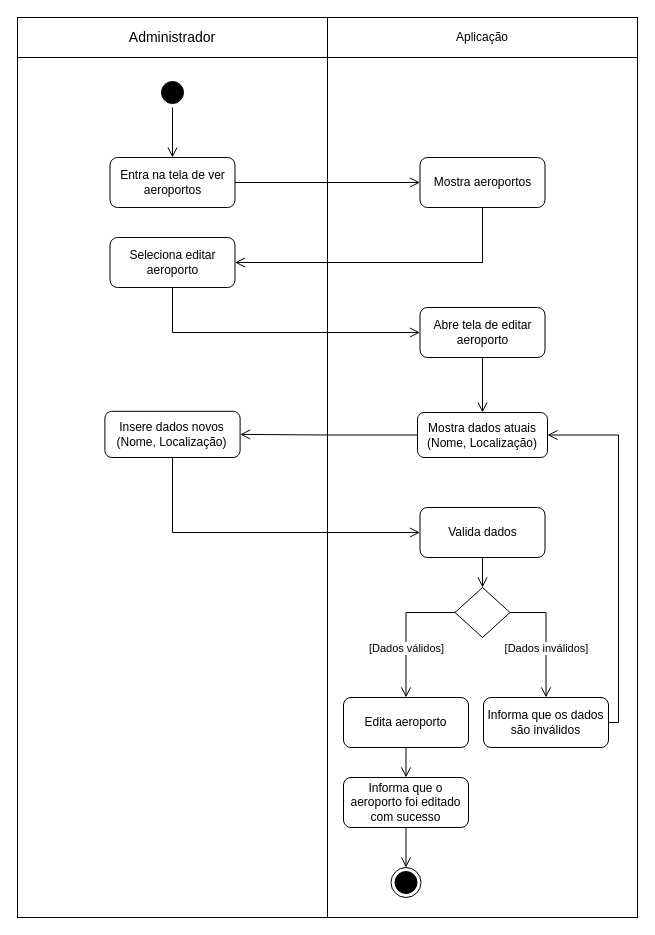
Earlier version of the draw.io diagram Diagramas/Eng_de_Software/Modelos/Atividade/Update_Aeroporto.drawio (GabrielGMori/trabalho-conclus-o-ano). Source tidied: cells renumbered, new cells numbered last; positions are measured from the earlier drawing's top-left corner, leaving out a move shared by most shapes. Both pictures are drawn from the tidied source at 100%, with x=0, y=0 at pixel (17, 17).
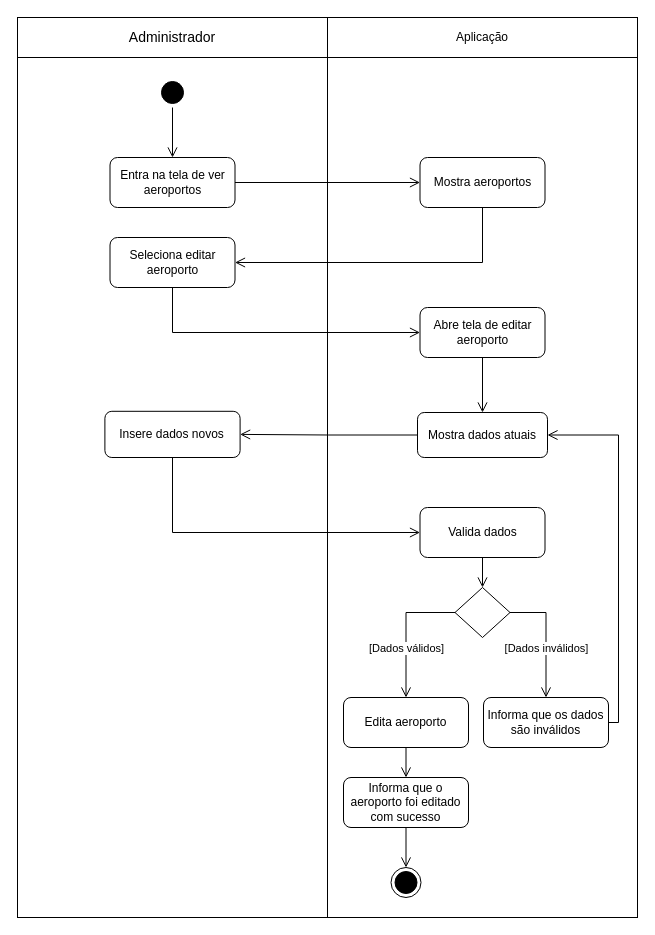
The same diagram, later.

The edit, as a diff of the source:
```diff
@@
-    <mxCell id="9" value="Mostra dados atuais (Nome, Localização)" style="rounded=1;whiteSpace=wrap;html=1;" parent="1" vertex="1">
+    <mxCell id="9" value="Mostra dados atuais" style="rounded=1;whiteSpace=wrap;html=1;" parent="1" vertex="1">
       <mxGeometry x="400" y="395" width="130" height="45" as="geometry" />
     </mxCell>
-    <mxCell id="10" value="Insere dados novos (Nome, Localização)" style="rounded=1;whiteSpace=wrap;html=1;" parent="1" vertex="1">
+    <mxCell id="10" value="Insere dados novos" style="rounded=1;whiteSpace=wrap;html=1;" parent="1" vertex="1">
       <mxGeometry x="87.4" y="393.8" width="135.2" height="46.2" as="geometry" />
     </mxCell>
```
